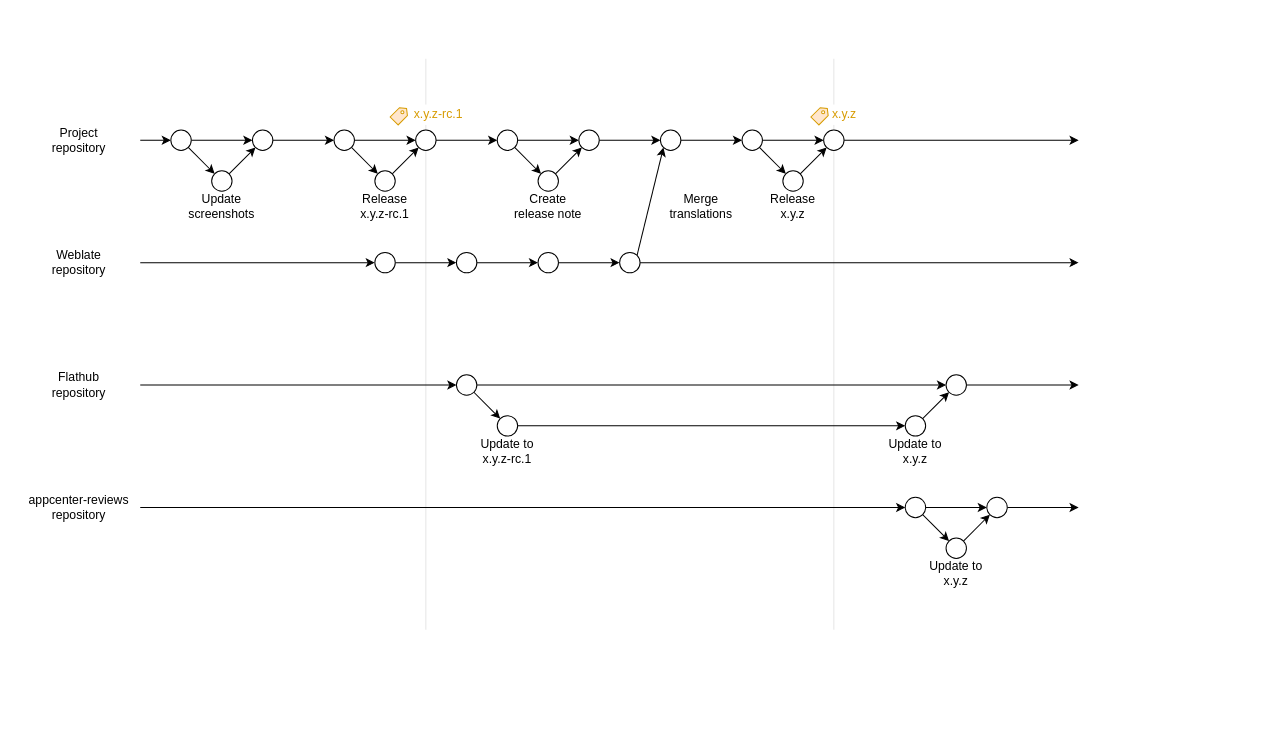
This is docs/images/release_flow.drawio from ryonakano/reco, a draw.io file, before an edit. Source tidied: cells renumbered, new cells numbered last; positions are measured from the earlier drawing's top-left corner, leaving out a move shared by most shapes. Both pictures are drawn from the tidied source at 102%, with x=0, y=0 at pixel (17, 58).
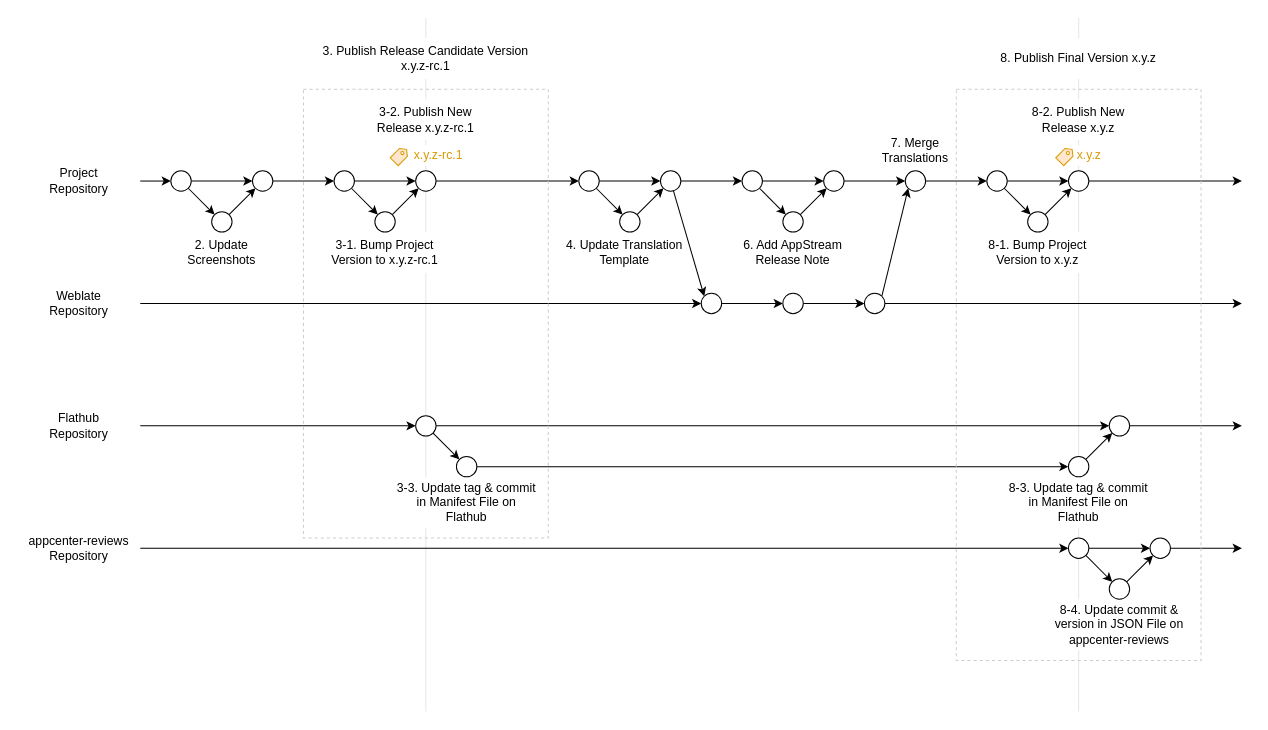
The same diagram, later.

Commit message (it also covers changes not shown here):
[skip ci] Review

Change to the diagram source:
```diff
@@
     <mxCell id="2" style="endArrow=none;html=1;strokeWidth=1;rounded=0;strokeColor=#E6E6E6;" parent="1" edge="1">
       <mxGeometry relative="1" as="geometry">
-        <mxPoint x="800" y="560" as="sourcePoint" />
-        <mxPoint x="800" as="targetPoint" />
+        <mxPoint x="1040" y="640" as="sourcePoint" />
+        <mxPoint x="1040" y="-40" as="targetPoint" />
       </mxGeometry>
     </mxCell>
     <mxCell id="3" style="endArrow=none;html=1;strokeWidth=1;rounded=0;strokeColor=#E6E6E6;" parent="1" edge="1">
       <mxGeometry relative="1" as="geometry">
-        <mxPoint x="400" y="560" as="sourcePoint" />
-        <mxPoint x="400" as="targetPoint" />
+        <mxPoint x="400" y="640" as="sourcePoint" />
+        <mxPoint x="400" y="-40" as="targetPoint" />
       </mxGeometry>
     </mxCell>
+    <mxCell id="83" value="8-4. Update commit &amp;amp; version in JSON File on appcenter-reviews" style="text;html=1;whiteSpace=wrap;strokeColor=none;fillColor=#FFFFFF;align=center;verticalAlign=middle;rounded=0;" parent="1" vertex="1">
+      <mxGeometry x="1010" y="530" width="140" height="50" as="geometry" />
+    </mxCell>
+    <mxCell id="72" value="8-3. Update tag &amp;amp; commit in Manifest File on Flathub" style="text;html=1;whiteSpace=wrap;strokeColor=none;fillColor=#FFFFFF;align=center;verticalAlign=middle;rounded=0;" parent="1" vertex="1">
+      <mxGeometry x="970" y="410" width="140" height="50" as="geometry" />
+    </mxCell>
+    <mxCell id="55" value="8-1. Bump Project Version to x.y.z" style="text;html=1;whiteSpace=wrap;strokeColor=none;fillColor=#FFFFFF;align=center;verticalAlign=middle;rounded=0;" parent="1" vertex="1">
+      <mxGeometry x="940" y="170" width="120" height="40" as="geometry" />
+    </mxCell>
+    <mxCell id="51" value="7. Merge Translations" style="text;html=1;whiteSpace=wrap;strokeColor=none;fillColor=#FFFFFF;align=center;verticalAlign=middle;rounded=0;" parent="1" vertex="1">
+      <mxGeometry x="835" y="70" width="90" height="40" as="geometry" />
+    </mxCell>
+    <mxCell id="34" value="6. Add AppStream Release Note" style="text;html=1;whiteSpace=wrap;strokeColor=none;fillColor=#FFFFFF;align=center;verticalAlign=middle;rounded=0;" parent="1" vertex="1">
+      <mxGeometry x="690" y="170" width="140" height="40" as="geometry" />
+    </mxCell>
+    <mxCell id="84" value="4. Update Translation Template" style="text;html=1;whiteSpace=wrap;strokeColor=none;fillColor=#FFFFFF;align=center;verticalAlign=middle;rounded=0;" parent="1" vertex="1">
+      <mxGeometry x="530" y="170" width="130" height="40" as="geometry" />
+    </mxCell>
+    <mxCell id="71" value="3-3. Update tag &amp;amp; commit in Manifest File on Flathub" style="text;html=1;whiteSpace=wrap;strokeColor=none;fillColor=#FFFFFF;align=center;verticalAlign=middle;rounded=0;" parent="1" vertex="1">
+      <mxGeometry x="370" y="410" width="140" height="50" as="geometry" />
+    </mxCell>
+    <mxCell id="27" value="3-1. Bump Project Version to x.y.z-rc.1" style="text;html=1;whiteSpace=wrap;strokeColor=none;fillColor=#FFFFFF;align=center;verticalAlign=middle;rounded=0;" parent="1" vertex="1">
+      <mxGeometry x="290" y="170" width="140" height="40" as="geometry" />
+    </mxCell>
+    <mxCell id="19" value="&lt;div&gt;2. Update&lt;/div&gt;&lt;div&gt;Screenshots&lt;/div&gt;" style="text;html=1;whiteSpace=wrap;strokeColor=none;fillColor=#FFFFFF;align=center;verticalAlign=middle;rounded=0;" parent="1" vertex="1">
+      <mxGeometry x="130" y="170" width="140" height="40" as="geometry" />
+    </mxCell>
@@
-    <mxCell id="5" value="&lt;div&gt;Project&lt;/div&gt;&lt;div&gt;repository&lt;/div&gt;" style="text;html=1;whiteSpace=wrap;strokeColor=none;fillColor=none;align=center;verticalAlign=middle;rounded=0;" parent="1" vertex="1">
-      <mxGeometry y="60" width="120" height="40" as="geometry" />
+    <mxCell id="5" value="&lt;div&gt;Project&lt;/div&gt;&lt;div&gt;Repository&lt;/div&gt;" style="text;html=1;whiteSpace=wrap;strokeColor=none;fillColor=none;align=center;verticalAlign=middle;rounded=0;" parent="1" vertex="1">
+      <mxGeometry y="100" width="120" height="40" as="geometry" />
     </mxCell>
     <mxCell id="6" style="endArrow=classic;html=1;rounded=0;endFill=1;" parent="1" edge="1" source="44">
       <mxGeometry relative="1" as="geometry">
-        <mxPoint x="1040" y="200" as="targetPoint" />
+        <mxPoint x="1200" y="240" as="targetPoint" />
       </mxGeometry>
     </mxCell>
-    <mxCell id="7" value="&lt;div&gt;Weblate&lt;/div&gt;&lt;div&gt;repository&lt;/div&gt;" style="text;html=1;whiteSpace=wrap;strokeColor=none;fillColor=none;align=center;verticalAlign=middle;rounded=0;" parent="1" vertex="1">
-      <mxGeometry y="180" width="120" height="40" as="geometry" />
+    <mxCell id="7" value="&lt;div&gt;Weblate&lt;/div&gt;&lt;div&gt;Repository&lt;/div&gt;" style="text;html=1;whiteSpace=wrap;strokeColor=none;fillColor=none;align=center;verticalAlign=middle;rounded=0;" parent="1" vertex="1">
+      <mxGeometry y="220" width="120" height="40" as="geometry" />
     </mxCell>
     <mxCell id="8" style="endArrow=classic;html=1;rounded=0;endFill=1;" parent="1" edge="1" source="74">
       <mxGeometry relative="1" as="geometry">
-        <mxPoint x="1040" y="320" as="targetPoint" />
+        <mxPoint x="1200" y="360" as="targetPoint" />
       </mxGeometry>
     </mxCell>
-    <mxCell id="9" value="&lt;div&gt;Flathub&lt;/div&gt;&lt;div&gt;repository&lt;/div&gt;" style="text;html=1;whiteSpace=wrap;strokeColor=none;fillColor=none;align=center;verticalAlign=middle;rounded=0;" parent="1" vertex="1">
-      <mxGeometry y="300" width="120" height="40" as="geometry" />
+    <mxCell id="9" value="&lt;div&gt;Flathub&lt;/div&gt;&lt;div&gt;Repository&lt;/div&gt;" style="text;html=1;whiteSpace=wrap;strokeColor=none;fillColor=none;align=center;verticalAlign=middle;rounded=0;" parent="1" vertex="1">
+      <mxGeometry y="340" width="120" height="40" as="geometry" />
     </mxCell>
-    <mxCell id="10" value="&lt;div&gt;appcenter-reviews&lt;/div&gt;&lt;div&gt;repository&lt;/div&gt;" style="text;html=1;whiteSpace=wrap;strokeColor=none;fillColor=none;align=center;verticalAlign=middle;rounded=0;" parent="1" vertex="1">
-      <mxGeometry y="420" width="120" height="40" as="geometry" />
+    <mxCell id="10" value="&lt;div&gt;appcenter-reviews&lt;/div&gt;&lt;div&gt;Repository&lt;/div&gt;" style="text;html=1;whiteSpace=wrap;strokeColor=none;fillColor=none;align=center;verticalAlign=middle;rounded=0;" parent="1" vertex="1">
+      <mxGeometry y="460" width="120" height="40" as="geometry" />
     </mxCell>
     <mxCell id="11" style="endArrow=classic;html=1;rounded=0;endFill=1;" parent="1" edge="1" source="78">
       <mxGeometry relative="1" as="geometry">
-        <mxPoint x="880" y="440" as="targetPoint" />
+        <mxPoint x="1040" y="480" as="targetPoint" />
       </mxGeometry>
     </mxCell>
     <mxCell id="12" style="endArrow=classic;html=1;rounded=0;endFill=1;" parent="1" edge="1" target="15">
       <mxGeometry relative="1" as="geometry">
-        <mxPoint x="120" y="80" as="sourcePoint" />
+        <mxPoint x="120" y="120" as="sourcePoint" />
       </mxGeometry>
     </mxCell>
@@
     <mxCell id="14" style="edgeStyle=orthogonalEdgeStyle;rounded=0;jettySize=auto;html=1;endArrow=classic;endFill=1;" parent="1" edge="1" source="15" target="16">
       <mxGeometry relative="1" as="geometry">
         <Array as="points">
-          <mxPoint x="200" y="80" />
-          <mxPoint x="200" y="80" />
+          <mxPoint x="200" y="120" />
+          <mxPoint x="200" y="120" />
         </Array>
       </mxGeometry>
     </mxCell>
     <mxCell id="15" style="ellipse;whiteSpace=wrap;html=1;" parent="1" vertex="1">
-      <mxGeometry x="150" y="70" width="20" height="20" as="geometry" />
+      <mxGeometry x="150" y="110" width="20" height="20" as="geometry" />
     </mxCell>
     <mxCell id="16" style="ellipse;whiteSpace=wrap;html=1;" parent="1" vertex="1">
-      <mxGeometry x="230" y="70" width="20" height="20" as="geometry" />
+      <mxGeometry x="230" y="110" width="20" height="20" as="geometry" />
     </mxCell>
@@
     <mxCell id="18" style="ellipse;whiteSpace=wrap;html=1;" parent="1" vertex="1">
-      <mxGeometry x="190" y="110" width="20" height="20" as="geometry" />
+      <mxGeometry x="190" y="150" width="20" height="20" as="geometry" />
     </mxCell>
-    <mxCell id="19" value="Update screenshots" style="text;html=1;whiteSpace=wrap;strokeColor=none;fillColor=none;align=center;verticalAlign=middle;rounded=0;" parent="1" vertex="1">
-      <mxGeometry x="160" y="130" width="80" height="30" as="geometry" />
-    </mxCell>
@@
     <mxCell id="22" style="ellipse;whiteSpace=wrap;html=1;" parent="1" vertex="1">
-      <mxGeometry x="310" y="70" width="20" height="20" as="geometry" />
+      <mxGeometry x="310" y="110" width="20" height="20" as="geometry" />
     </mxCell>
@@
     <mxCell id="24" style="ellipse;whiteSpace=wrap;html=1;" parent="1" vertex="1">
-      <mxGeometry x="390" y="70" width="20" height="20" as="geometry" />
+      <mxGeometry x="390" y="110" width="20" height="20" as="geometry" />
     </mxCell>
@@
     <mxCell id="26" style="ellipse;whiteSpace=wrap;html=1;" parent="1" vertex="1">
-      <mxGeometry x="350" y="110" width="20" height="20" as="geometry" />
+      <mxGeometry x="350" y="150" width="20" height="20" as="geometry" />
     </mxCell>
-    <mxCell id="27" value="&lt;div&gt;Release&lt;/div&gt;&lt;div&gt;x.y.z-rc.1&lt;/div&gt;" style="text;html=1;whiteSpace=wrap;strokeColor=none;fillColor=none;align=center;verticalAlign=middle;rounded=0;" parent="1" vertex="1">
-      <mxGeometry x="320" y="130" width="80" height="30" as="geometry" />
-    </mxCell>
     <mxCell id="28" style="group;" parent="1" vertex="1">
-      <mxGeometry x="365" y="45" width="20" height="20" as="geometry" />
+      <mxGeometry x="365" y="85" width="20" height="20" as="geometry" />
     </mxCell>
@@
     <mxCell id="31" value="&lt;span style=&quot;color: rgb(215, 155, 0);&quot;&gt;x.y.z-rc.1&lt;/span&gt;" style="text;html=1;whiteSpace=wrap;strokeColor=none;fillColor=default;align=center;verticalAlign=middle;rounded=0;" parent="1" vertex="1">
-      <mxGeometry x="385" y="45" width="55" height="20" as="geometry" />
+      <mxGeometry x="385" y="85" width="55" height="20" as="geometry" />
     </mxCell>
     <mxCell id="32" style="ellipse;whiteSpace=wrap;html=1;" parent="1" vertex="1">
-      <mxGeometry x="510" y="110" width="20" height="20" as="geometry" />
+      <mxGeometry x="750" y="150" width="20" height="20" as="geometry" />
     </mxCell>
@@
-    <mxCell id="34" value="Create release note" style="text;html=1;whiteSpace=wrap;strokeColor=none;fillColor=none;align=center;verticalAlign=middle;rounded=0;" parent="1" vertex="1">
-      <mxGeometry x="480" y="130" width="80" height="30" as="geometry" />
-    </mxCell>
@@
-    <mxCell id="36" style="endArrow=classic;html=1;rounded=0;endFill=1;" parent="1" edge="1" source="24" target="37">
+    <mxCell id="36" style="endArrow=classic;html=1;rounded=0;endFill=1;" parent="1" edge="1" source="91" target="37">
       <mxGeometry relative="1" as="geometry" />
     </mxCell>
     <mxCell id="37" style="ellipse;whiteSpace=wrap;html=1;" parent="1" vertex="1">
-      <mxGeometry x="470" y="70" width="20" height="20" as="geometry" />
+      <mxGeometry x="710" y="110" width="20" height="20" as="geometry" />
     </mxCell>
@@
     <mxCell id="39" style="ellipse;whiteSpace=wrap;html=1;" parent="1" vertex="1">
-      <mxGeometry x="550" y="70" width="20" height="20" as="geometry" />
+      <mxGeometry x="790" y="110" width="20" height="20" as="geometry" />
     </mxCell>
@@
     <mxCell id="41" style="ellipse;whiteSpace=wrap;html=1;" parent="1" vertex="1">
-      <mxGeometry x="630" y="70" width="20" height="20" as="geometry" />
+      <mxGeometry x="870" y="110" width="20" height="20" as="geometry" />
     </mxCell>
@@
     <mxCell id="44" style="ellipse;whiteSpace=wrap;html=1;" parent="1" vertex="1">
-      <mxGeometry x="590" y="190" width="20" height="20" as="geometry" />
+      <mxGeometry x="830" y="230" width="20" height="20" as="geometry" />
     </mxCell>
-    <mxCell id="45" style="endArrow=classic;html=1;rounded=0;endFill=1;" parent="1" edge="1" source="50" target="46">
-      <mxGeometry relative="1" as="geometry" />
-    </mxCell>
     <mxCell id="46" style="ellipse;whiteSpace=wrap;html=1;" parent="1" vertex="1">
-      <mxGeometry x="430" y="190" width="20" height="20" as="geometry" />
+      <mxGeometry x="670" y="230" width="20" height="20" as="geometry" />
     </mxCell>
-    <mxCell id="47" style="endArrow=classic;html=1;rounded=0;endFill=1;" parent="1" edge="1" source="46" target="48">
+    <mxCell id="47" style="endArrow=classic;html=1;rounded=0;endFill=1;exitX=1;exitY=0.5;exitDx=0;exitDy=0;" parent="1" edge="1" source="46" target="48">
       <mxGeometry relative="1" as="geometry" />
     </mxCell>
     <mxCell id="48" style="ellipse;whiteSpace=wrap;html=1;" parent="1" vertex="1">
-      <mxGeometry x="510" y="190" width="20" height="20" as="geometry" />
+      <mxGeometry x="750" y="230" width="20" height="20" as="geometry" />
     </mxCell>
-    <mxCell id="49" style="endArrow=classic;html=1;rounded=0;endFill=1;" parent="1" edge="1" target="50">
+    <mxCell id="49" style="endArrow=classic;html=1;rounded=0;endFill=1;entryX=0;entryY=0.5;entryDx=0;entryDy=0;" parent="1" edge="1" target="46">
       <mxGeometry relative="1" as="geometry">
-        <mxPoint x="120" y="200" as="sourcePoint" />
+        <mxPoint x="120" y="240" as="sourcePoint" />
       </mxGeometry>
     </mxCell>
-    <mxCell id="50" style="ellipse;whiteSpace=wrap;html=1;" parent="1" vertex="1">
-      <mxGeometry x="350" y="190" width="20" height="20" as="geometry" />
-    </mxCell>
-    <mxCell id="51" value="Merge translations" style="text;html=1;whiteSpace=wrap;strokeColor=none;fillColor=none;align=center;verticalAlign=middle;rounded=0;" parent="1" vertex="1">
-      <mxGeometry x="630" y="130" width="80" height="30" as="geometry" />
-    </mxCell>
@@
     <mxCell id="53" style="ellipse;whiteSpace=wrap;html=1;" parent="1" vertex="1">
-      <mxGeometry x="710" y="70" width="20" height="20" as="geometry" />
+      <mxGeometry x="950" y="110" width="20" height="20" as="geometry" />
     </mxCell>
     <mxCell id="54" style="ellipse;whiteSpace=wrap;html=1;" parent="1" vertex="1">
-      <mxGeometry x="750" y="110" width="20" height="20" as="geometry" />
+      <mxGeometry x="990" y="150" width="20" height="20" as="geometry" />
     </mxCell>
-    <mxCell id="55" value="&lt;div&gt;Release&lt;/div&gt;&lt;div&gt;x.y.z&lt;/div&gt;" style="text;html=1;whiteSpace=wrap;strokeColor=none;fillColor=none;align=center;verticalAlign=middle;rounded=0;" parent="1" vertex="1">
-      <mxGeometry x="720" y="130" width="80" height="30" as="geometry" />
-    </mxCell>
@@
     <mxCell id="58" style="edgeStyle=orthogonalEdgeStyle;rounded=0;jettySize=auto;html=1;" parent="1" edge="1" source="59">
       <mxGeometry relative="1" as="geometry">
-        <mxPoint x="1040" y="80" as="targetPoint" />
+        <mxPoint x="1200" y="120" as="targetPoint" />
       </mxGeometry>
     </mxCell>
     <mxCell id="59" style="ellipse;whiteSpace=wrap;html=1;" parent="1" vertex="1">
-      <mxGeometry x="790" y="70" width="20" height="20" as="geometry" />
+      <mxGeometry x="1030" y="110" width="20" height="20" as="geometry" />
     </mxCell>
     <mxCell id="60" value="&lt;span style=&quot;color: rgb(215, 155, 0);&quot;&gt;x.y.z&lt;/span&gt;" style="text;html=1;whiteSpace=wrap;strokeColor=none;fillColor=default;align=center;verticalAlign=middle;rounded=0;" parent="1" vertex="1">
-      <mxGeometry x="797.5" y="45" width="25" height="20" as="geometry" />
+      <mxGeometry x="1037.5" y="85" width="25" height="20" as="geometry" />
     </mxCell>
     <mxCell id="61" style="group;" parent="1" vertex="1">
-      <mxGeometry x="777.5" y="45" width="20" height="20" as="geometry" />
+      <mxGeometry x="1017.5" y="85" width="20" height="20" as="geometry" />
     </mxCell>
@@
     <mxCell id="64" style="endArrow=classic;html=1;rounded=0;endFill=1;" parent="1" edge="1" target="66">
       <mxGeometry relative="1" as="geometry">
-        <mxPoint x="120" y="320" as="sourcePoint" />
+        <mxPoint x="120" y="360" as="sourcePoint" />
       </mxGeometry>
     </mxCell>
@@
     <mxCell id="66" style="ellipse;whiteSpace=wrap;html=1;" parent="1" vertex="1">
-      <mxGeometry x="430" y="310" width="20" height="20" as="geometry" />
+      <mxGeometry x="390" y="350" width="20" height="20" as="geometry" />
     </mxCell>
@@
     <mxCell id="68" style="ellipse;whiteSpace=wrap;html=1;" parent="1" vertex="1">
-      <mxGeometry x="470" y="350" width="20" height="20" as="geometry" />
+      <mxGeometry x="430" y="390" width="20" height="20" as="geometry" />
     </mxCell>
@@
     <mxCell id="70" style="ellipse;whiteSpace=wrap;html=1;" parent="1" vertex="1">
-      <mxGeometry x="870" y="350" width="20" height="20" as="geometry" />
+      <mxGeometry x="1030" y="390" width="20" height="20" as="geometry" />
     </mxCell>
-    <mxCell id="71" value="&lt;div&gt;Update to&lt;/div&gt;&lt;div&gt;x.y.z-rc.1&lt;/div&gt;" style="text;html=1;whiteSpace=wrap;strokeColor=none;fillColor=none;align=center;verticalAlign=middle;rounded=0;" parent="1" vertex="1">
-      <mxGeometry x="440" y="370" width="80" height="30" as="geometry" />
-    </mxCell>
-    <mxCell id="72" value="&lt;div&gt;Update to&lt;/div&gt;&lt;div&gt;x.y.z&lt;/div&gt;" style="text;html=1;whiteSpace=wrap;strokeColor=none;fillColor=none;align=center;verticalAlign=middle;rounded=0;" parent="1" vertex="1">
-      <mxGeometry x="840" y="370" width="80" height="30" as="geometry" />
-    </mxCell>
@@
     <mxCell id="74" style="ellipse;whiteSpace=wrap;html=1;" parent="1" vertex="1">
-      <mxGeometry x="910" y="310" width="20" height="20" as="geometry" />
+      <mxGeometry x="1070" y="350" width="20" height="20" as="geometry" />
     </mxCell>
     <mxCell id="75" style="endArrow=classic;html=1;rounded=0;endFill=1;" parent="1" edge="1" target="78">
       <mxGeometry relative="1" as="geometry">
-        <mxPoint x="120" y="440" as="sourcePoint" />
+        <mxPoint x="120" y="480" as="sourcePoint" />
       </mxGeometry>
     </mxCell>
     <mxCell id="76" style="edgeStyle=orthogonalEdgeStyle;rounded=0;jettySize=auto;html=1;" parent="1" edge="1" source="82">
       <mxGeometry relative="1" as="geometry">
-        <mxPoint x="1040" y="440" as="targetPoint" />
+        <mxPoint x="1200" y="480" as="targetPoint" />
       </mxGeometry>
     </mxCell>
@@
     <mxCell id="78" style="ellipse;whiteSpace=wrap;html=1;" parent="1" vertex="1">
-      <mxGeometry x="870" y="430" width="20" height="20" as="geometry" />
+      <mxGeometry x="1030" y="470" width="20" height="20" as="geometry" />
     </mxCell>
@@
     <mxCell id="80" style="ellipse;whiteSpace=wrap;html=1;" parent="1" vertex="1">
-      <mxGeometry x="910" y="470" width="20" height="20" as="geometry" />
+      <mxGeometry x="1070" y="510" width="20" height="20" as="geometry" />
     </mxCell>
@@
     <mxCell id="82" style="ellipse;whiteSpace=wrap;html=1;" parent="1" vertex="1">
-      <mxGeometry x="950" y="430" width="20" height="20" as="geometry" />
+      <mxGeometry x="1110" y="470" width="20" height="20" as="geometry" />
     </mxCell>
-    <mxCell id="83" value="&lt;div&gt;Update to&lt;/div&gt;&lt;div&gt;x.y.z&lt;/div&gt;" style="text;html=1;whiteSpace=wrap;strokeColor=none;fillColor=none;align=center;verticalAlign=middle;rounded=0;" parent="1" vertex="1">
-      <mxGeometry x="880" y="490" width="80" height="30" as="geometry" />
-    </mxCell>
+    <mxCell id="85" value="3-2. Publish New Release x.y.z-rc.1" style="text;html=1;whiteSpace=wrap;strokeColor=none;fillColor=#FFFFFF;align=center;verticalAlign=middle;rounded=0;" parent="1" vertex="1">
+      <mxGeometry x="330" y="40" width="140" height="40" as="geometry" />
+    </mxCell>
+    <mxCell id="86" style="endArrow=classic;html=1;rounded=0;endFill=1;" parent="1" edge="1" source="24" target="88">
+      <mxGeometry relative="1" as="geometry" />
+    </mxCell>
+    <mxCell id="87" style="rounded=0;jettySize=auto;html=1;entryX=0;entryY=0;entryDx=0;entryDy=0;" parent="1" edge="1" source="88" target="93">
+      <mxGeometry relative="1" as="geometry" />
+    </mxCell>
+    <mxCell id="88" style="ellipse;whiteSpace=wrap;html=1;" parent="1" vertex="1">
+      <mxGeometry x="550" y="110" width="20" height="20" as="geometry" />
+    </mxCell>
+    <mxCell id="89" style="endArrow=classic;html=1;rounded=0;endFill=1;" parent="1" edge="1" source="88" target="91">
+      <mxGeometry relative="1" as="geometry" />
+    </mxCell>
+    <mxCell id="90" style="rounded=0;jettySize=auto;html=1;entryX=0;entryY=0;entryDx=0;entryDy=0;" parent="1" edge="1" source="91" target="46">
+      <mxGeometry relative="1" as="geometry" />
+    </mxCell>
+    <mxCell id="91" style="ellipse;whiteSpace=wrap;html=1;" parent="1" vertex="1">
+      <mxGeometry x="630" y="110" width="20" height="20" as="geometry" />
+    </mxCell>
+    <mxCell id="92" style="rounded=0;jettySize=auto;html=1;entryX=0;entryY=1;entryDx=0;entryDy=0;" parent="1" edge="1" source="93" target="91">
+      <mxGeometry relative="1" as="geometry" />
+    </mxCell>
+    <mxCell id="93" style="ellipse;whiteSpace=wrap;html=1;" parent="1" vertex="1">
+      <mxGeometry x="590" y="150" width="20" height="20" as="geometry" />
+    </mxCell>
+    <mxCell id="94" value="8-2. Publish New Release x.y.z" style="text;html=1;whiteSpace=wrap;strokeColor=none;fillColor=#FFFFFF;align=center;verticalAlign=middle;rounded=0;" parent="1" vertex="1">
+      <mxGeometry x="970" y="40" width="140" height="40" as="geometry" />
+    </mxCell>
+    <mxCell id="95" style="rounded=0;whiteSpace=wrap;html=1;fillColor=none;dashed=1;strokeColor=#CCCCCC;" parent="1" vertex="1">
+      <mxGeometry x="280" y="30" width="240" height="440" as="geometry" />
+    </mxCell>
+    <mxCell id="96" value="3. Publish Release Candidate Version x.y.z-rc.1" style="text;html=1;whiteSpace=wrap;strokeColor=none;fillColor=#FFFFFF;align=center;verticalAlign=middle;rounded=0;" parent="1" vertex="1">
+      <mxGeometry x="290" y="-20" width="220" height="40" as="geometry" />
+    </mxCell>
+    <mxCell id="97" style="rounded=0;whiteSpace=wrap;html=1;fillColor=none;dashed=1;strokeColor=#CCCCCC;" parent="1" vertex="1">
+      <mxGeometry x="920" y="30" width="240" height="560" as="geometry" />
+    </mxCell>
+    <mxCell id="98" value="8. Publish Final Version x.y.z" style="text;html=1;whiteSpace=wrap;strokeColor=none;fillColor=#FFFFFF;align=center;verticalAlign=middle;rounded=0;" parent="1" vertex="1">
+      <mxGeometry x="930" y="-20" width="220" height="40" as="geometry" />
+    </mxCell>
```
